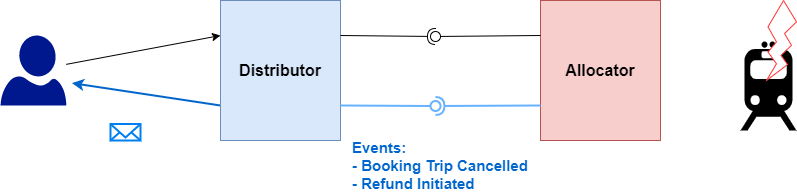
This is images/synchronization/synchronization.png from UnionInternationalCheminsdeFer/OSDM, a draw.io export, as it was before one commit. Source tidied: cells renumbered, new cells last; positions are measured from the earlier drawing's top-left corner, leaving out a move shared by most shapes.
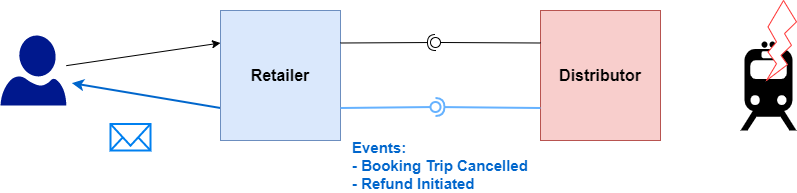
After the change.

The edit, as a diff of the source:
```diff
@@ -2,14 +2,14 @@
   <root>
     <mxCell id="0" />
     <mxCell id="1" parent="0" />
-    <mxCell id="2" value="Allocator" style="rounded=0;whiteSpace=wrap;html=1;fillColor=#f8cecc;strokeColor=#b85450;fontStyle=1;fontSize=16;" parent="1" vertex="1">
-      <mxGeometry x="540" width="120" height="140" as="geometry" />
+    <mxCell id="2" value="Distributor" style="rounded=0;whiteSpace=wrap;html=1;fillColor=#f8cecc;strokeColor=#b85450;fontStyle=1;fontSize=16;" parent="1" vertex="1">
+      <mxGeometry x="540" y="10" width="120" height="130" as="geometry" />
     </mxCell>
     <mxCell id="3" style="edgeStyle=none;rounded=0;jettySize=auto;html=1;entryX=1.085;entryY=0.68;entryDx=0;entryDy=0;entryPerimeter=0;exitX=0;exitY=0.75;exitDx=0;exitDy=0;strokeColor=#0066CC;strokeWidth=2;" parent="1" edge="1" source="4" target="16">
       <mxGeometry relative="1" as="geometry" />
     </mxCell>
-    <mxCell id="4" value="&lt;font style=&quot;font-size: 16px&quot;&gt;Distributor&lt;/font&gt;" style="rounded=0;whiteSpace=wrap;html=1;fillColor=#dae8fc;strokeColor=#6c8ebf;fontStyle=1;" parent="1" vertex="1">
-      <mxGeometry x="220" width="120" height="140" as="geometry" />
+    <mxCell id="4" value="&lt;font style=&quot;font-size: 16px&quot;&gt;Retailer&lt;/font&gt;" style="rounded=0;whiteSpace=wrap;html=1;fillColor=#dae8fc;strokeColor=#6c8ebf;fontStyle=1;" parent="1" vertex="1">
+      <mxGeometry x="220" y="10" width="120" height="130" as="geometry" />
     </mxCell>
     <mxCell id="5" style="shape=mxgraph.signs.transportation.train_2;html=1;fillColor=#000000;strokeColor=none;verticalLabelPosition=bottom;verticalAlign=top;align=center;" parent="1" vertex="1">
       <mxGeometry x="740" y="41" width="56" height="89" as="geometry" />
@@ -24,13 +24,13 @@
       <mxGeometry relative="1" as="geometry" />
     </mxCell>
     <mxCell id="9" style="ellipse;whiteSpace=wrap;html=1;align=center;points=[];outlineConnect=0;sketch=0;strokeColor=#66B2FF;strokeWidth=2;" parent="1" vertex="1">
-      <mxGeometry x="430" y="100.5" width="10" height="10" as="geometry" />
+      <mxGeometry x="430" y="101.5" width="10" height="10" as="geometry" />
     </mxCell>
     <mxCell id="10" value="&lt;b style=&quot;font-size: 15px&quot;&gt;&lt;font color=&quot;#0066cc&quot; style=&quot;font-size: 15px&quot;&gt;Events:&lt;br style=&quot;font-size: 15px&quot;&gt;- Booking Trip Cancelled&lt;br&gt;- Refund Initiated&lt;br&gt;&lt;/font&gt;&lt;/b&gt;" style="rounded=0;whiteSpace=wrap;html=1;strokeColor=none;align=left;fontSize=15;fillColor=none;" parent="1" vertex="1">
       <mxGeometry x="350" y="140" width="180" height="50" as="geometry" />
     </mxCell>
     <mxCell id="11" style="html=1;verticalLabelPosition=bottom;align=center;labelBackgroundColor=#ffffff;verticalAlign=top;strokeWidth=2;strokeColor=#0080F0;shadow=0;dashed=0;shape=mxgraph.ios7.icons.mail;" parent="1" vertex="1">
-      <mxGeometry x="110" y="123.5" width="30" height="16.5" as="geometry" />
+      <mxGeometry x="110" y="123.5" width="40" height="26.5" as="geometry" />
     </mxCell>
     <mxCell id="12" style="rounded=0;jettySize=auto;html=1;endArrow=none;endFill=0;sketch=0;sourcePerimeterSpacing=0;targetPerimeterSpacing=0;exitX=0;exitY=0.25;exitDx=0;exitDy=0;" parent="1" edge="1" source="2" target="14">
       <mxGeometry relative="1" as="geometry" />
@@ -39,7 +39,7 @@
       <mxGeometry relative="1" as="geometry" />
     </mxCell>
     <mxCell id="14" style="ellipse;whiteSpace=wrap;html=1;align=center;points=[];outlineConnect=0;sketch=0;strokeColor=#000000;" parent="1" vertex="1">
-      <mxGeometry x="430" y="31" width="10" height="10" as="geometry" />
+      <mxGeometry x="430" y="37" width="10" height="10" as="geometry" />
     </mxCell>
     <mxCell id="15" style="edgeStyle=none;rounded=0;jettySize=auto;html=1;entryX=0;entryY=0.25;entryDx=0;entryDy=0;" parent="1" edge="1" source="16" target="4">
       <mxGeometry relative="1" as="geometry" />
```
